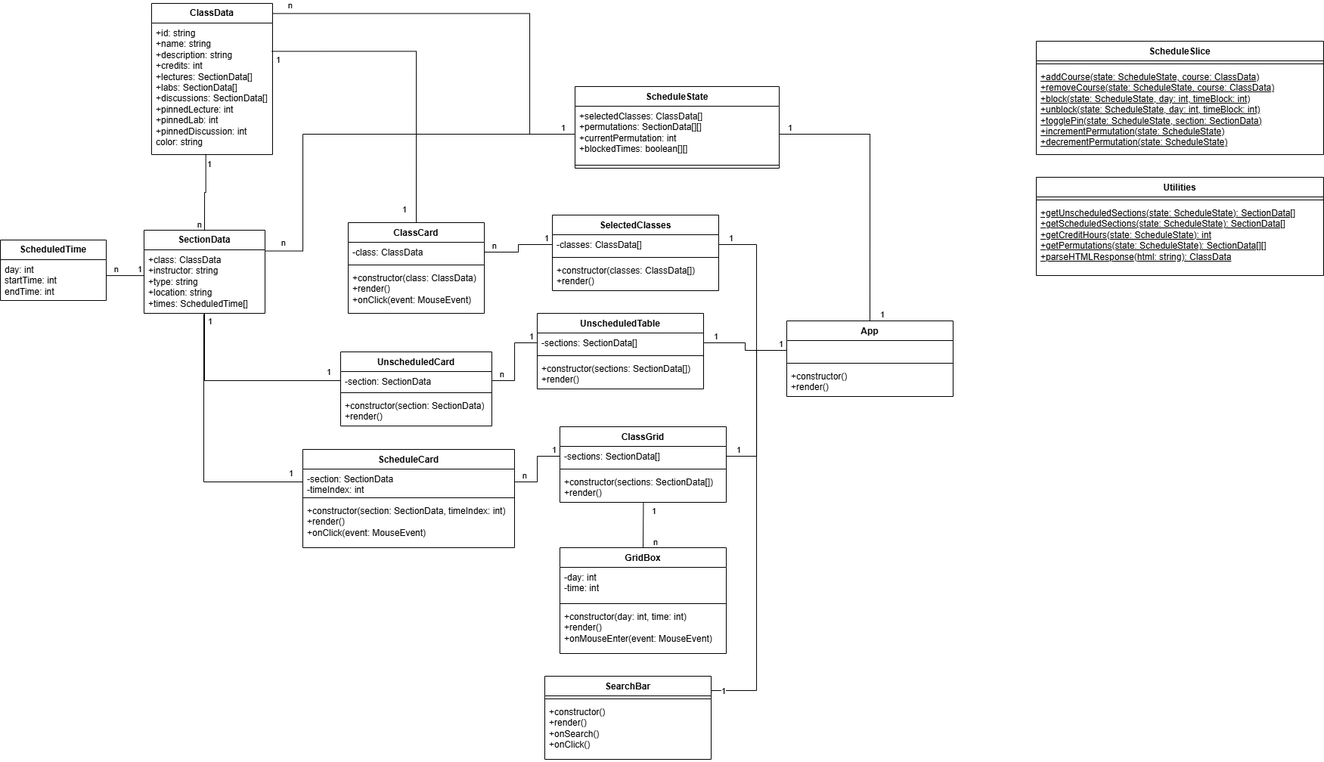
The draw.io diagram Documentation/Initial/Architecture/Schedule Builder Class Diagram.png in FlyingTNT/EECS-581-Group-7-Project-3, before a commit. Source tidied: cells renumbered, new cells last; positions are measured from the earlier drawing's top-left corner, leaving out a move shared by most shapes.
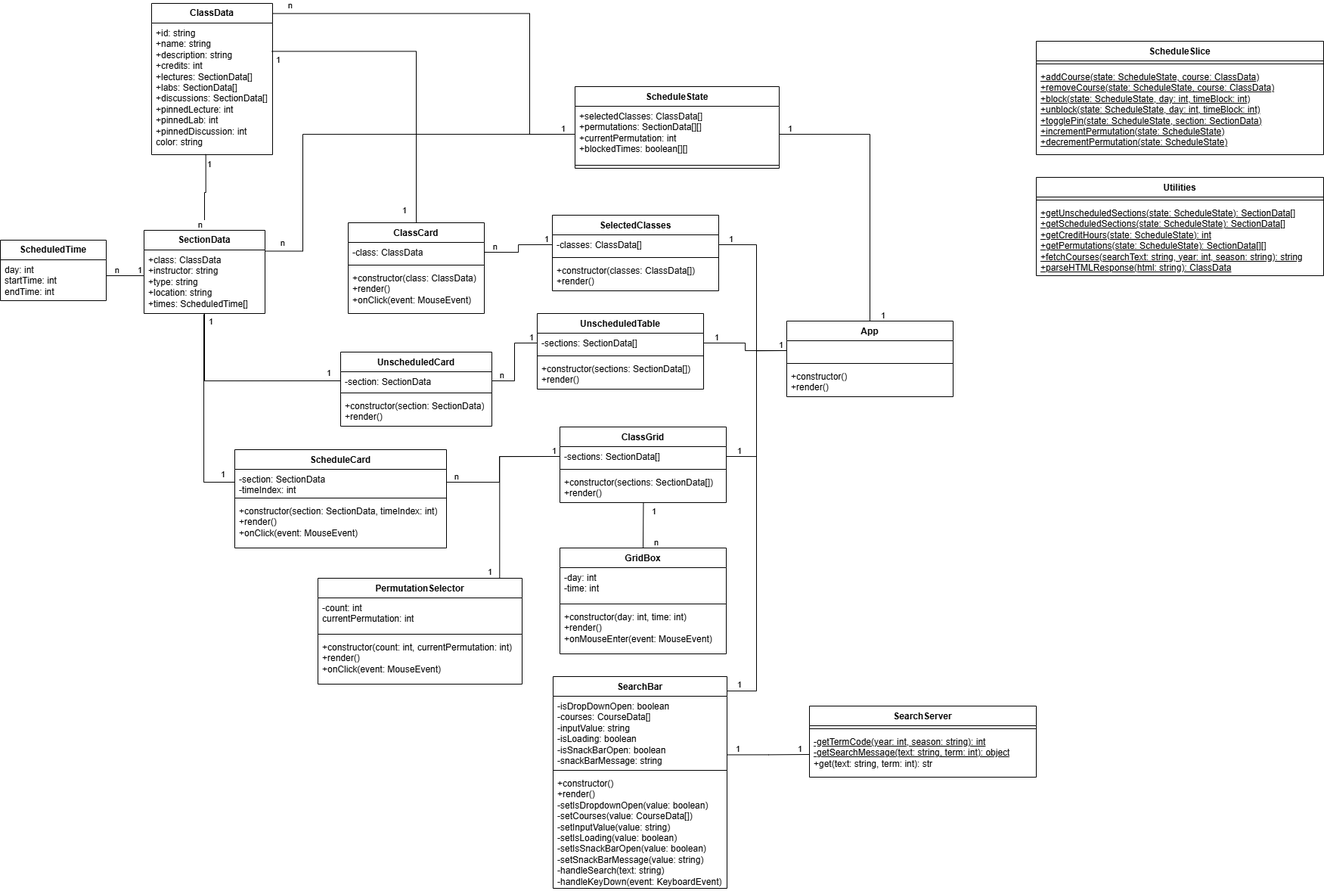
After the change.

Commit message:
Update the architecture class diagram

Takes into account the proxy server, the new search methods, and adds the permutation selector, which we will need in the future.

Change to the diagram source:
```diff
@@ -42,7 +42,7 @@
       <mxGeometry y="60" width="180" height="60" as="geometry" />
     </mxCell>
     <mxCell id="15" value="ScheduleCard" style="swimlane;fontStyle=1;align=center;verticalAlign=top;horizontal=1;startSize=26;whiteSpace=wrap;html=1;" parent="1" vertex="1">
-      <mxGeometry x="400" y="590" width="280" height="130" as="geometry" />
+      <mxGeometry x="310" y="590" width="280" height="130" as="geometry" />
     </mxCell>
     <mxCell id="16" value="-section: SectionData&lt;div&gt;-timeIndex: int&lt;/div&gt;" style="text;strokeColor=none;fillColor=none;align=left;verticalAlign=top;spacingLeft=4;spacingRight=4;overflow=hidden;points=[[0,0.5],[1,0.5]];portConstraint=eastwest;whiteSpace=wrap;html=1;" parent="15" vertex="1">
       <mxGeometry y="26" width="280" height="34" as="geometry" />
@@ -218,15 +218,6 @@
         <mxPoint x="20" as="offset" />
       </mxGeometry>
     </mxCell>
-    <mxCell id="59" value="SearchBar" style="swimlane;fontStyle=1;align=center;verticalAlign=top;horizontal=1;startSize=26;whiteSpace=wrap;html=1;" parent="1" vertex="1">
-      <mxGeometry x="720" y="890" width="220" height="110" as="geometry" />
-    </mxCell>
-    <mxCell id="60" style="line;strokeWidth=1;fillColor=none;align=left;verticalAlign=middle;spacingTop=-1;spacingLeft=3;spacingRight=3;labelPosition=right;strokeColor=inherit;" parent="59" vertex="1">
-      <mxGeometry y="26" width="220" height="8" as="geometry" />
-    </mxCell>
-    <mxCell id="61" value="&lt;div&gt;+constructor(&lt;span style=&quot;background-color: transparent; color: light-dark(rgb(0, 0, 0), rgb(255, 255, 255));&quot;&gt;)&lt;/span&gt;&lt;/div&gt;+render()&lt;div&gt;+onSearch()&lt;/div&gt;&lt;div&gt;+onClick()&lt;/div&gt;" style="text;strokeColor=none;fillColor=none;align=left;verticalAlign=top;spacingLeft=4;spacingRight=4;overflow=hidden;whiteSpace=wrap;html=1;" parent="59" vertex="1">
-      <mxGeometry y="34" width="220" height="76" as="geometry" />
-    </mxCell>
     <mxCell id="62" value="App" style="swimlane;fontStyle=1;align=center;verticalAlign=top;horizontal=1;startSize=26;whiteSpace=wrap;html=1;" parent="1" vertex="1">
       <mxGeometry x="1040" y="420" width="220" height="100" as="geometry" />
     </mxCell>
@@ -240,7 +231,12 @@
       <mxGeometry y="60" width="220" height="40" as="geometry" />
     </mxCell>
     <mxCell id="66" style="endArrow=none;html=1;edgeStyle=orthogonalEdgeStyle;rounded=0;exitX=0;exitY=0.5;exitDx=0;exitDy=0;entryX=1;entryY=0.5;entryDx=0;entryDy=0;" parent="1" edge="1" source="33" target="16">
-      <mxGeometry relative="1" as="geometry" />
+      <mxGeometry relative="1" as="geometry">
+        <Array as="points">
+          <mxPoint x="660" y="599" />
+          <mxPoint x="660" y="633" />
+        </Array>
+      </mxGeometry>
     </mxCell>
     <mxCell id="67" value="1" style="edgeLabel;html=1;align=left;verticalAlign=bottom;" parent="66" vertex="1">
       <mxGeometry x="-1" relative="1" as="geometry">
@@ -283,8 +279,9 @@
         <mxPoint x="20" as="offset" />
       </mxGeometry>
     </mxCell>
-    <mxCell id="75" style="endArrow=none;html=1;edgeStyle=orthogonalEdgeStyle;rounded=0;exitX=0;exitY=0.5;exitDx=0;exitDy=0;entryX=1;entryY=0.25;entryDx=0;entryDy=0;" parent="1" edge="1" source="63" target="59">
+    <mxCell id="75" style="endArrow=none;html=1;edgeStyle=orthogonalEdgeStyle;rounded=0;exitX=0;exitY=0.5;exitDx=0;exitDy=0;" parent="1" edge="1" source="63">
       <mxGeometry relative="1" as="geometry">
+        <mxPoint x="960" y="910" as="targetPoint" />
         <Array as="points">
           <mxPoint x="1000" y="459" />
           <mxPoint x="1000" y="909" />
@@ -298,7 +295,7 @@
     </mxCell>
     <mxCell id="77" value="1" style="edgeLabel;html=1;align=right;verticalAlign=bottom;" parent="75" vertex="1">
       <mxGeometry x="1" relative="1" as="geometry">
-        <mxPoint x="20" as="offset" />
+        <mxPoint x="20" y="-1" as="offset" />
       </mxGeometry>
     </mxCell>
     <mxCell id="78" value="Utilities" style="swimlane;fontStyle=1;align=center;verticalAlign=top;horizontal=1;startSize=26;whiteSpace=wrap;html=1;" parent="1" vertex="1">
@@ -307,7 +304,7 @@
     <mxCell id="79" style="line;strokeWidth=1;fillColor=none;align=left;verticalAlign=middle;spacingTop=-1;spacingLeft=3;spacingRight=3;labelPosition=right;strokeColor=inherit;" parent="78" vertex="1">
       <mxGeometry y="26" width="380" height="8" as="geometry" />
     </mxCell>
-    <mxCell id="80" value="&lt;u&gt;+getUnscheduledSections(state: ScheduleState): SectionData[]&lt;/u&gt;&lt;div&gt;&lt;u&gt;+getScheduledSections(state: ScheduleState): SectionData[]&lt;/u&gt;&lt;u&gt;&lt;/u&gt;&lt;/div&gt;&lt;div&gt;&lt;u&gt;+getCreditHours(state: ScheduleState): int&lt;/u&gt;&lt;/div&gt;&lt;div&gt;&lt;u&gt;+getPermutations(state: ScheduleState): SectionData[][]&lt;/u&gt;&lt;/div&gt;&lt;div&gt;&lt;u&gt;+parseHTMLResponse(html: string): ClassData&lt;/u&gt;&lt;/div&gt;" style="text;strokeColor=none;fillColor=none;align=left;verticalAlign=top;spacingLeft=4;spacingRight=4;overflow=hidden;whiteSpace=wrap;html=1;" parent="78" vertex="1">
+    <mxCell id="80" value="&lt;u&gt;+getUnscheduledSections(state: ScheduleState): SectionData[]&lt;/u&gt;&lt;div&gt;&lt;u&gt;+getScheduledSections(state: ScheduleState): SectionData[]&lt;/u&gt;&lt;u&gt;&lt;/u&gt;&lt;/div&gt;&lt;div&gt;&lt;u&gt;+getCreditHours(state: ScheduleState): int&lt;/u&gt;&lt;/div&gt;&lt;div&gt;&lt;u&gt;+getPermutations(state: ScheduleState): SectionData[][]&lt;/u&gt;&lt;/div&gt;&lt;div&gt;&lt;u&gt;+fetchCourses(searchText: string, year: int, season: string): string&lt;/u&gt;&lt;/div&gt;&lt;div&gt;&lt;u&gt;+parseHTMLResponse(html: string): ClassData&lt;/u&gt;&lt;/div&gt;" style="text;strokeColor=none;fillColor=none;align=left;verticalAlign=top;spacingLeft=4;spacingRight=4;overflow=hidden;whiteSpace=wrap;html=1;" parent="78" vertex="1">
       <mxGeometry y="34" width="380" height="96" as="geometry" />
     </mxCell>
     <mxCell id="81" value="ScheduleSlice" style="swimlane;fontStyle=1;align=center;verticalAlign=top;horizontal=1;startSize=26;whiteSpace=wrap;html=1;" parent="1" vertex="1">
@@ -392,5 +389,70 @@
         <mxPoint x="20" as="offset" />
       </mxGeometry>
     </mxCell>
+    <mxCell id="100" value="PermutationSelector" style="swimlane;fontStyle=1;align=center;verticalAlign=top;horizontal=1;startSize=26;whiteSpace=wrap;html=1;" parent="1" vertex="1">
+      <mxGeometry x="420" y="760" width="270" height="140" as="geometry" />
+    </mxCell>
+    <mxCell id="101" value="-count: int&lt;div&gt;currentPermutation: int&lt;/div&gt;" style="text;strokeColor=none;fillColor=none;align=left;verticalAlign=top;spacingLeft=4;spacingRight=4;overflow=hidden;whiteSpace=wrap;html=1;" parent="100" vertex="1">
+      <mxGeometry y="26" width="270" height="44" as="geometry" />
+    </mxCell>
+    <mxCell id="102" style="line;strokeWidth=1;fillColor=none;align=left;verticalAlign=middle;spacingTop=-1;spacingLeft=3;spacingRight=3;labelPosition=right;strokeColor=inherit;" parent="100" vertex="1">
+      <mxGeometry y="70" width="270" height="8" as="geometry" />
+    </mxCell>
+    <mxCell id="103" value="&lt;div&gt;+constructor(count: int, currentPermutation: int)&lt;/div&gt;+render()&lt;div&gt;+onClick(event: MouseEvent)&lt;/div&gt;" style="text;strokeColor=none;fillColor=none;align=left;verticalAlign=top;spacingLeft=4;spacingRight=4;overflow=hidden;whiteSpace=wrap;html=1;" parent="100" vertex="1">
+      <mxGeometry y="78" width="270" height="62" as="geometry" />
+    </mxCell>
+    <mxCell id="104" style="endArrow=none;html=1;edgeStyle=orthogonalEdgeStyle;rounded=0;entryX=0.89;entryY=-0.003;entryDx=0;entryDy=0;entryPerimeter=0;exitX=0;exitY=0.5;exitDx=0;exitDy=0;" parent="1" edge="1" source="33" target="100">
+      <mxGeometry relative="1" as="geometry">
+        <Array as="points">
+          <mxPoint x="660" y="599" />
+        </Array>
+      </mxGeometry>
+    </mxCell>
+    <mxCell id="105" value="1" style="edgeLabel;html=1;align=left;verticalAlign=bottom;" parent="104" vertex="1">
+      <mxGeometry x="-1" relative="1" as="geometry">
+        <mxPoint x="-12" as="offset" />
+      </mxGeometry>
+    </mxCell>
+    <mxCell id="106" value="1" style="edgeLabel;html=1;align=right;verticalAlign=bottom;" parent="104" vertex="1">
+      <mxGeometry x="1" relative="1" as="geometry">
+        <mxPoint x="-10" as="offset" />
+      </mxGeometry>
+    </mxCell>
+    <mxCell id="59" value="SearchBar" style="swimlane;fontStyle=1;align=center;verticalAlign=top;horizontal=1;startSize=26;whiteSpace=wrap;html=1;" parent="1" vertex="1">
+      <mxGeometry x="731" y="890" width="230" height="280" as="geometry" />
+    </mxCell>
+    <mxCell id="107" value="-isDropDownOpen: boolean&lt;div&gt;-courses: CourseData[]&lt;/div&gt;&lt;div&gt;-inputValue: string&lt;/div&gt;&lt;div&gt;-isLoading: boolean&lt;/div&gt;&lt;div&gt;-isSnackBarOpen: boolean&lt;/div&gt;&lt;div&gt;-snackBarMessage: string&lt;/div&gt;" style="text;strokeColor=none;fillColor=none;align=left;verticalAlign=top;spacingLeft=4;spacingRight=4;overflow=hidden;whiteSpace=wrap;html=1;" parent="59" vertex="1">
+      <mxGeometry y="26" width="230" height="94" as="geometry" />
+    </mxCell>
+    <mxCell id="108" style="line;strokeWidth=1;fillColor=none;align=left;verticalAlign=middle;spacingTop=-1;spacingLeft=3;spacingRight=3;labelPosition=right;strokeColor=inherit;" parent="59" vertex="1">
+      <mxGeometry y="120" width="230" height="8" as="geometry" />
+    </mxCell>
+    <mxCell id="109" value="&lt;div&gt;+constructor()&lt;/div&gt;+render()&lt;div&gt;-setIsDropdownOpen(value: boolean)&lt;/div&gt;&lt;div&gt;&lt;div&gt;-setCourses(value: CourseData[])&lt;/div&gt;&lt;div&gt;-setInputValue&lt;span style=&quot;background-color: transparent; color: light-dark(rgb(0, 0, 0), rgb(255, 255, 255));&quot;&gt;(value:&lt;/span&gt;&lt;span style=&quot;background-color: transparent; color: light-dark(rgb(0, 0, 0), rgb(255, 255, 255));&quot;&gt;&amp;nbsp;&lt;/span&gt;&lt;span style=&quot;background-color: transparent; color: light-dark(rgb(0, 0, 0), rgb(255, 255, 255));&quot;&gt;string)&lt;/span&gt;&lt;/div&gt;&lt;div&gt;-setIsLoading&lt;span style=&quot;background-color: transparent; color: light-dark(rgb(0, 0, 0), rgb(255, 255, 255));&quot;&gt;(value:&lt;/span&gt;&lt;span style=&quot;background-color: transparent; color: light-dark(rgb(0, 0, 0), rgb(255, 255, 255));&quot;&gt;&amp;nbsp;&lt;/span&gt;&lt;span style=&quot;background-color: transparent; color: light-dark(rgb(0, 0, 0), rgb(255, 255, 255));&quot;&gt;boolean)&lt;/span&gt;&lt;/div&gt;&lt;div&gt;-setIsSnackBarOpen&lt;span style=&quot;background-color: transparent; color: light-dark(rgb(0, 0, 0), rgb(255, 255, 255));&quot;&gt;(value:&lt;/span&gt;&lt;span style=&quot;background-color: transparent; color: light-dark(rgb(0, 0, 0), rgb(255, 255, 255));&quot;&gt;&amp;nbsp;&lt;/span&gt;&lt;span style=&quot;background-color: transparent; color: light-dark(rgb(0, 0, 0), rgb(255, 255, 255));&quot;&gt;boolean)&lt;/span&gt;&lt;/div&gt;&lt;div&gt;-setSnackBarMessage&lt;span style=&quot;background-color: transparent; color: light-dark(rgb(0, 0, 0), rgb(255, 255, 255));&quot;&gt;(value:&lt;/span&gt;&lt;span style=&quot;background-color: transparent; color: light-dark(rgb(0, 0, 0), rgb(255, 255, 255));&quot;&gt;&amp;nbsp;&lt;/span&gt;&lt;span style=&quot;background-color: transparent; color: light-dark(rgb(0, 0, 0), rgb(255, 255, 255));&quot;&gt;string)&lt;/span&gt;&lt;/div&gt;&lt;/div&gt;&lt;div&gt;&lt;span style=&quot;background-color: transparent; color: light-dark(rgb(0, 0, 0), rgb(255, 255, 255));&quot;&gt;-handleSearch(text: string)&lt;/span&gt;&lt;/div&gt;&lt;div&gt;&lt;span style=&quot;background-color: transparent; color: light-dark(rgb(0, 0, 0), rgb(255, 255, 255));&quot;&gt;-handleKeyDown(event: KeyboardEvent)&lt;/span&gt;&lt;/div&gt;" style="text;strokeColor=none;fillColor=none;align=left;verticalAlign=top;spacingLeft=4;spacingRight=4;overflow=hidden;whiteSpace=wrap;html=1;" parent="59" vertex="1">
+      <mxGeometry y="128" width="230" height="152" as="geometry" />
+    </mxCell>
+    <mxCell id="110" value="SearchServer" style="swimlane;fontStyle=1;align=center;verticalAlign=top;horizontal=1;startSize=26;whiteSpace=wrap;html=1;" parent="1" vertex="1">
+      <mxGeometry x="1070" y="929" width="300" height="94" as="geometry" />
+    </mxCell>
+    <mxCell id="111" style="line;strokeWidth=1;fillColor=none;align=left;verticalAlign=middle;spacingTop=-1;spacingLeft=3;spacingRight=3;labelPosition=right;strokeColor=inherit;" parent="110" vertex="1">
+      <mxGeometry y="26" width="300" height="8" as="geometry" />
+    </mxCell>
+    <mxCell id="112" value="&lt;u&gt;-getTermCode(year: int, season: string): int&lt;/u&gt;&lt;div&gt;&lt;u&gt;-getSearchMessage(text: string, term: int): object&lt;/u&gt;&lt;/div&gt;&lt;div&gt;+get(text: string, term: int): str&lt;/div&gt;" style="text;strokeColor=none;fillColor=none;align=left;verticalAlign=top;spacingLeft=4;spacingRight=4;overflow=hidden;points=[[0,0.5],[1,0.5]];portConstraint=eastwest;whiteSpace=wrap;html=1;" parent="110" vertex="1">
+      <mxGeometry y="34" width="300" height="60" as="geometry" />
+    </mxCell>
+    <mxCell id="113" style="endArrow=none;html=1;edgeStyle=orthogonalEdgeStyle;rounded=0;exitX=1.005;exitY=0.111;exitDx=0;exitDy=0;entryX=0;entryY=0.5;entryDx=0;entryDy=0;exitPerimeter=0;" parent="1" edge="1" target="112">
+      <mxGeometry relative="1" as="geometry">
+        <mxPoint x="961.1" y="993.4" as="sourcePoint" />
+      </mxGeometry>
+    </mxCell>
+    <mxCell id="114" value="1" style="edgeLabel;html=1;align=left;verticalAlign=bottom;" parent="113" vertex="1">
+      <mxGeometry x="-1" relative="1" as="geometry">
+        <mxPoint x="10" as="offset" />
+      </mxGeometry>
+    </mxCell>
+    <mxCell id="115" value="1" style="edgeLabel;html=1;align=right;verticalAlign=bottom;" parent="113" vertex="1">
+      <mxGeometry x="1" relative="1" as="geometry">
+        <mxPoint x="-10" as="offset" />
+      </mxGeometry>
+    </mxCell>
   </root>
 </mxGraphModel>
```
